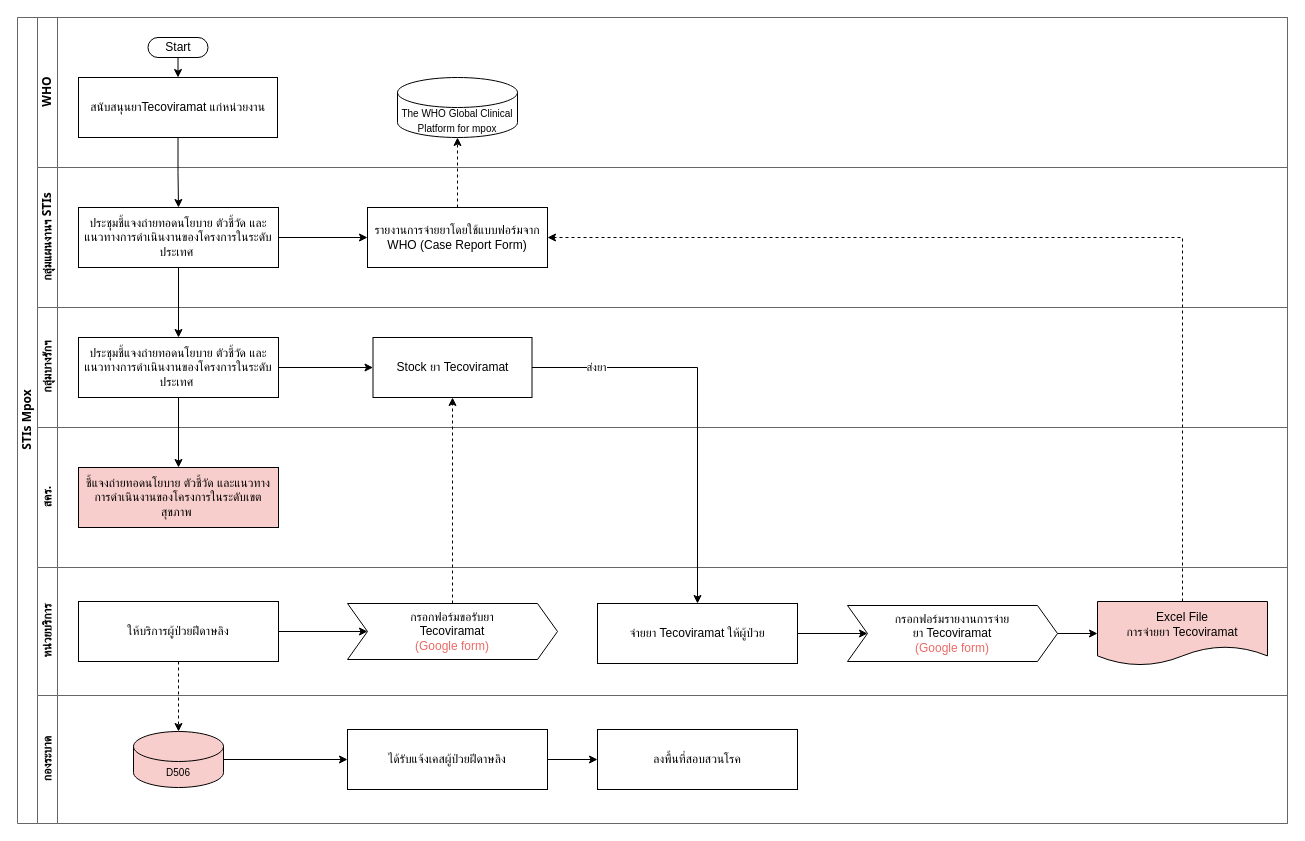
Earlier version of the draw.io diagram page "STIs_Mpox" (26 of 27) of HIVs Work-Data Diagram.drawio (anun311/regist). Source tidied: cells renumbered, new cells numbered last; positions are measured from the earlier drawing's top-left corner, leaving out a move shared by most shapes. Both pictures are drawn from the tidied source at 100%, with x=0, y=0 at pixel (17, 17).
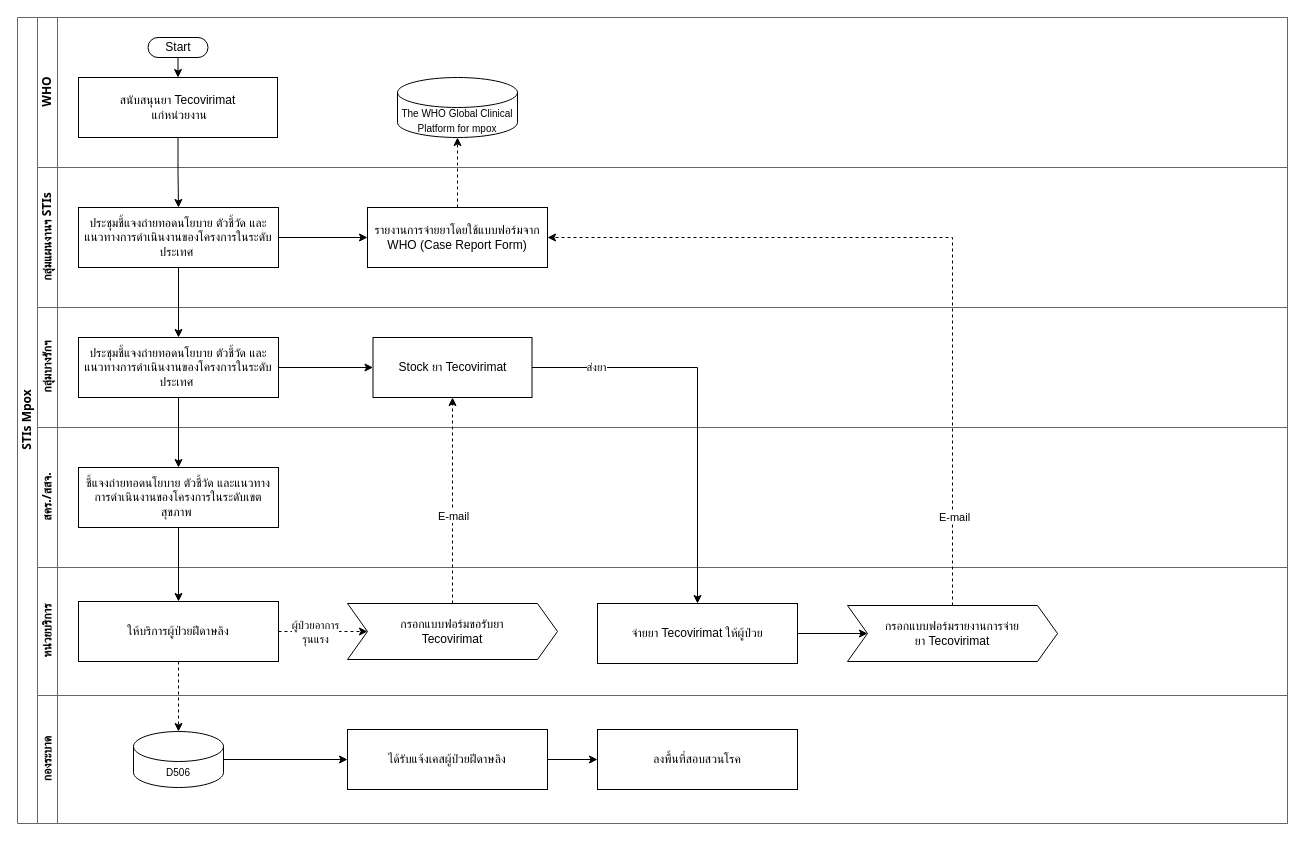
After the change.

The change refers to these unchanged cells:
```xml
<mxCell id="2" value="STIs Mpox" style="swimlane;html=1;horizontal=0;startSize=20;fontFamily=Tahoma;strokeColor=#666666;" parent="1" vertex="1">
  <mxGeometry width="1270" height="806" as="geometry" />
</mxCell>
<mxCell id="3" value="WHO" style="swimlane;html=1;startSize=20;horizontal=0;fontFamily=Tahoma;strokeColor=#666666;" parent="2" vertex="1">
  <mxGeometry x="20" width="1250" height="150" as="geometry" />
</mxCell>
<mxCell id="11" value="รายงานการจ่ายยาโดยใช้แบบฟอร์มจาก WHO (Case Report Form)&lt;span style=&quot;background-color: initial;&quot;&gt;&lt;br&gt;&lt;/span&gt;" style="rounded=0;whiteSpace=wrap;html=1;" parent="8" vertex="1">
  <mxGeometry x="330" y="40" width="180" height="60" as="geometry" />
</mxCell>
<mxCell id="12" value="กลุ่มบางรักฯ" style="swimlane;html=1;startSize=20;horizontal=0;fontFamily=Tahoma;strokeColor=#666666;" parent="2" vertex="1">
  <mxGeometry x="20" y="290" width="1250" height="120" as="geometry" />
</mxCell>
<mxCell id="18" value="หน่วยบริการ" style="swimlane;html=1;startSize=20;horizontal=0;fontFamily=Tahoma;strokeColor=#666666;" parent="2" vertex="1">
  <mxGeometry x="20" y="550" width="1250" height="128" as="geometry" />
</mxCell>
<mxCell id="20" value="&lt;span style=&quot;background-color: initial;&quot;&gt;ให้บริการผู้ป่วยฝีดาษลิง&lt;br&gt;&lt;/span&gt;" style="rounded=0;whiteSpace=wrap;html=1;" parent="18" vertex="1">
  <mxGeometry x="41" y="34" width="200" height="60" as="geometry" />
</mxCell>
<mxCell id="27" value="กองระบาด" style="swimlane;html=1;startSize=20;horizontal=0;fontFamily=Tahoma;strokeColor=#666666;" parent="2" vertex="1">
  <mxGeometry x="20" y="678" width="1250" height="128" as="geometry" />
</mxCell>
<mxCell id="34" style="edgeStyle=orthogonalEdgeStyle;rounded=0;jettySize=auto;html=1;exitX=0.5;exitY=0;exitDx=0;exitDy=0;entryX=0.5;entryY=1;entryDx=0;entryDy=0;dashed=1;" parent="2" edge="1" source="21" target="15">
  <mxGeometry relative="1" as="geometry" />
</mxCell>
```

What changed in the source:
```diff
@@
-    <mxCell id="4" value="สนับสนุนยาTecoviramat แก่หน่วยงาน&lt;span style=&quot;background-color: initial;&quot;&gt;&lt;br&gt;&lt;/span&gt;" style="rounded=0;whiteSpace=wrap;html=1;" parent="3" vertex="1">
+    <mxCell id="4" value="สนับสนุนยา Tecovirimat&lt;br&gt;&amp;nbsp;แก่หน่วยงาน&lt;span style=&quot;background-color: initial;&quot;&gt;&lt;br&gt;&lt;/span&gt;" style="rounded=0;whiteSpace=wrap;html=1;" parent="3" vertex="1">
       <mxGeometry x="41" y="60" width="199" height="60" as="geometry" />
     </mxCell>
@@
-    <mxCell id="15" value="Stock ยา Tecoviramat&lt;span style=&quot;background-color: initial;&quot;&gt;&lt;br&gt;&lt;/span&gt;" style="rounded=0;whiteSpace=wrap;html=1;" parent="12" vertex="1">
+    <mxCell id="15" value="Stock ยา Tecovirimat&lt;span style=&quot;background-color: initial;&quot;&gt;&lt;br&gt;&lt;/span&gt;" style="rounded=0;whiteSpace=wrap;html=1;" parent="12" vertex="1">
       <mxGeometry x="335.5" y="30" width="159" height="60" as="geometry" />
     </mxCell>
-    <mxCell id="16" value="สคร." style="swimlane;html=1;startSize=20;horizontal=0;fontFamily=Tahoma;strokeColor=#666666;" parent="2" vertex="1">
+    <mxCell id="16" value="สคร./สสจ." style="swimlane;html=1;startSize=20;horizontal=0;fontFamily=Tahoma;strokeColor=#666666;" parent="2" vertex="1">
       <mxGeometry x="20" y="410" width="1250" height="140" as="geometry" />
     </mxCell>
-    <mxCell id="17" value="ชี้แจงถ่ายทอดนโยบาย ตัวชี้วัด และแนวทางการดำเนินงานของโครงการในระดับเขตสุขภาพ&amp;nbsp;&lt;span style=&quot;background-color: initial;&quot;&gt;&lt;br&gt;&lt;/span&gt;" style="rounded=0;whiteSpace=wrap;html=1;fillColor=#F8CECC;" parent="16" vertex="1">
+    <mxCell id="17" value="ชี้แจงถ่ายทอดนโยบาย ตัวชี้วัด และแนวทางการดำเนินงานของโครงการในระดับเขตสุขภาพ&amp;nbsp;&lt;span style=&quot;background-color: initial;&quot;&gt;&lt;br&gt;&lt;/span&gt;" style="rounded=0;whiteSpace=wrap;html=1;fillColor=none;" parent="16" vertex="1">
       <mxGeometry x="41" y="40" width="200" height="60" as="geometry" />
     </mxCell>
@@
-    <mxCell id="19" style="edgeStyle=orthogonalEdgeStyle;rounded=0;jettySize=auto;html=1;exitX=1;exitY=0.5;exitDx=0;exitDy=0;entryX=0;entryY=0.5;entryDx=0;entryDy=0;" parent="18" edge="1" source="20" target="21">
+    <mxCell id="19" style="edgeStyle=orthogonalEdgeStyle;rounded=0;jettySize=auto;html=1;exitX=1;exitY=0.5;exitDx=0;exitDy=0;entryX=0;entryY=0.5;entryDx=0;entryDy=0;dashed=1;" parent="18" edge="1" source="20" target="21">
       <mxGeometry relative="1" as="geometry" />
     </mxCell>
+    <mxCell id="42" value="ผู้ป่วยอาการ&lt;br&gt;รุนแรง" style="edgeLabel;html=1;align=center;verticalAlign=middle;" parent="19" vertex="1">
+      <mxGeometry x="-0.18" relative="1" as="geometry" />
+    </mxCell>
@@
-    <mxCell id="21" value="กรอกฟอร์มขอรับยา&lt;br&gt;Tecoviramat&lt;br&gt;&lt;font color=&quot;#ea6b66&quot;&gt;(&lt;/font&gt;&lt;span style=&quot;color: rgb(234, 107, 102);&quot;&gt;Google form)&lt;/span&gt;" style="shape=step;perimeter=stepPerimeter;whiteSpace=wrap;html=1;fixedSize=1;" parent="18" vertex="1">
+    <mxCell id="21" value="กรอกแบบฟอร์มขอรับยา&lt;br&gt;Tecovirimat" style="shape=step;perimeter=stepPerimeter;whiteSpace=wrap;html=1;fixedSize=1;" parent="18" vertex="1">
       <mxGeometry x="310" y="36" width="210" height="56" as="geometry" />
     </mxCell>
@@
-    <mxCell id="23" value="จ่ายยา Tecoviramat ให้ผู้ป่วย&lt;span style=&quot;background-color: initial;&quot;&gt;&lt;br&gt;&lt;/span&gt;" style="rounded=0;whiteSpace=wrap;html=1;" parent="18" vertex="1">
+    <mxCell id="23" value="จ่ายยา Tecovirimat&amp;nbsp;ให้ผู้ป่วย&lt;span style=&quot;background-color: initial;&quot;&gt;&lt;br&gt;&lt;/span&gt;" style="rounded=0;whiteSpace=wrap;html=1;" parent="18" vertex="1">
       <mxGeometry x="560" y="36" width="200" height="60" as="geometry" />
     </mxCell>
-    <mxCell id="24" style="edgeStyle=orthogonalEdgeStyle;rounded=0;jettySize=auto;html=1;exitX=1;exitY=0.5;exitDx=0;exitDy=0;entryX=0;entryY=0.5;entryDx=0;entryDy=0;" parent="18" edge="1" source="25" target="26">
-      <mxGeometry relative="1" as="geometry" />
-    </mxCell>
-    <mxCell id="25" value="กรอกฟอร์มรายงานการจ่าย&lt;br&gt;ยา Tecoviramat&lt;br&gt;&lt;font color=&quot;#ea6b66&quot;&gt;(Google form)&lt;/font&gt;" style="shape=step;perimeter=stepPerimeter;whiteSpace=wrap;html=1;fixedSize=1;" parent="18" vertex="1">
+    <mxCell id="25" value="กรอกแบบฟอร์มรายงานการจ่าย&lt;br&gt;ยา Tecovirimat" style="shape=step;perimeter=stepPerimeter;whiteSpace=wrap;html=1;fixedSize=1;" parent="18" vertex="1">
       <mxGeometry x="810" y="38" width="210" height="56" as="geometry" />
     </mxCell>
-    <mxCell id="26" value="Excel File&lt;br&gt;การจ่ายยา Tecoviramat" style="shape=document;whiteSpace=wrap;html=1;boundedLbl=1;fillColor=#F8CECC;" parent="18" vertex="1">
-      <mxGeometry x="1060" y="34" width="170" height="64" as="geometry" />
-    </mxCell>
@@
-    <mxCell id="32" value="&lt;span style=&quot;font-size: 10px;&quot;&gt;D506&lt;/span&gt;" style="shape=cylinder3;whiteSpace=wrap;html=1;boundedLbl=1;backgroundOutline=1;size=15;fillColor=#F8CECC;" parent="27" vertex="1">
+    <mxCell id="32" value="&lt;span style=&quot;font-size: 10px;&quot;&gt;D506&lt;/span&gt;" style="shape=cylinder3;whiteSpace=wrap;html=1;boundedLbl=1;backgroundOutline=1;size=15;fillColor=none;" parent="27" vertex="1">
       <mxGeometry x="96" y="36" width="90" height="56" as="geometry" />
     </mxCell>
@@
+    <mxCell id="43" value="E-mail" style="edgeLabel;html=1;align=center;verticalAlign=middle;" parent="34" vertex="1">
+      <mxGeometry x="-0.15" relative="1" as="geometry" />
+    </mxCell>
@@
-    <mxCell id="37" style="edgeStyle=orthogonalEdgeStyle;rounded=0;jettySize=auto;html=1;exitX=0.5;exitY=0;exitDx=0;exitDy=0;entryX=1;entryY=0.5;entryDx=0;entryDy=0;dashed=1;" parent="2" edge="1" source="26" target="11">
-      <mxGeometry relative="1" as="geometry" />
-    </mxCell>
@@
+    <mxCell id="44" style="edgeStyle=orthogonalEdgeStyle;rounded=0;jettySize=auto;html=1;exitX=0.5;exitY=1;exitDx=0;exitDy=0;" parent="2" edge="1" source="17" target="20">
+      <mxGeometry relative="1" as="geometry" />
+    </mxCell>
+    <mxCell id="45" style="edgeStyle=orthogonalEdgeStyle;rounded=0;jettySize=auto;html=1;exitX=0.5;exitY=0;exitDx=0;exitDy=0;entryX=1;entryY=0.5;entryDx=0;entryDy=0;dashed=1;" parent="2" edge="1" source="25" target="11">
+      <mxGeometry relative="1" as="geometry" />
+    </mxCell>
+    <mxCell id="46" value="E-mail" style="edgeLabel;html=1;align=center;verticalAlign=middle;" parent="45" vertex="1">
+      <mxGeometry x="-0.77" y="-1" relative="1" as="geometry" />
+    </mxCell>
```
